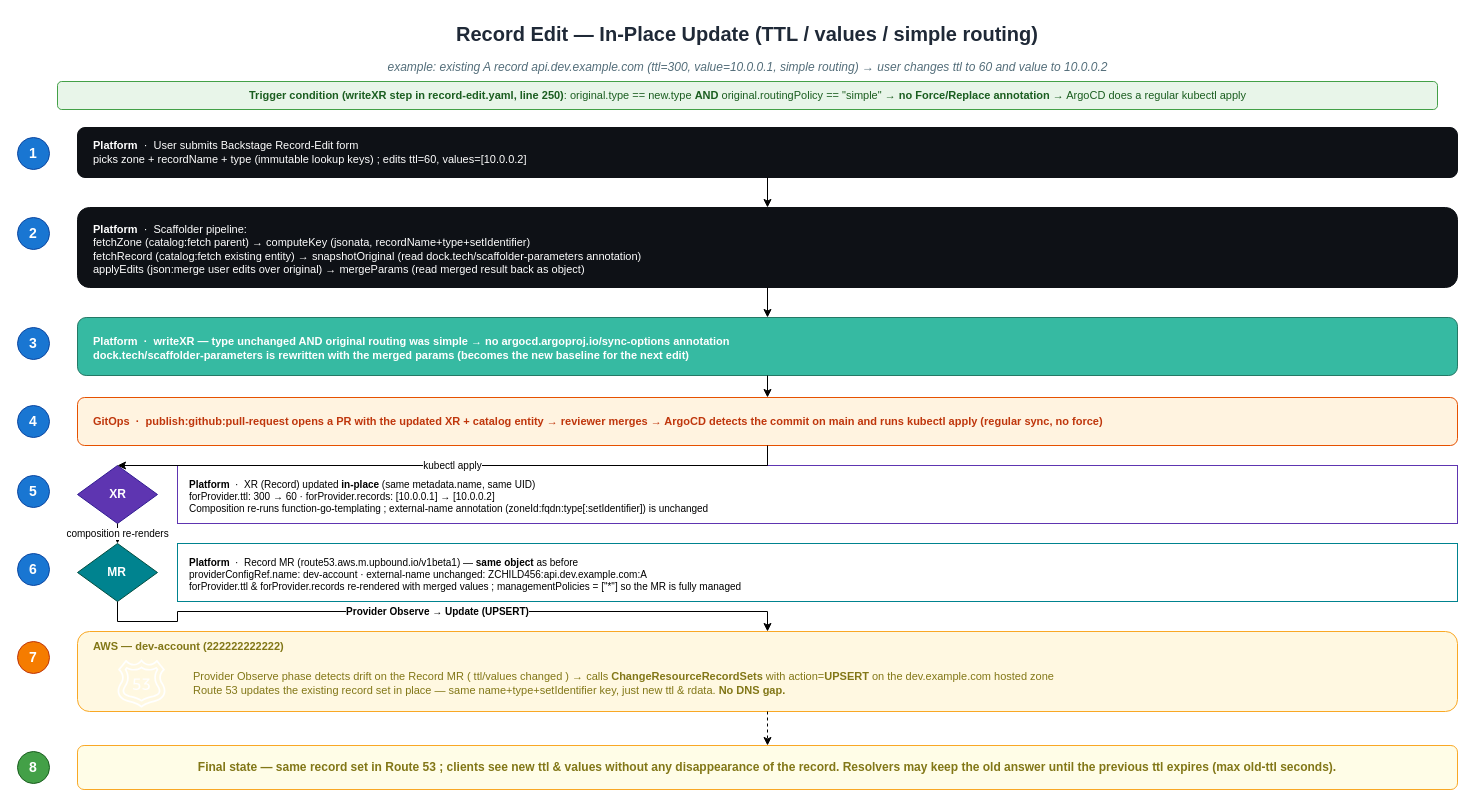
Earlier version of the draw.io diagram page "4. Record Edit — In-Place Update (no recreation)" (4 of 5) of diagrams/dns-platform.drawio (arthur-bryan/aws-dns-crossplane-poc). Source tidied: cells renumbered, new cells numbered last; positions are measured from the earlier drawing's top-left corner, leaving out a move shared by most shapes. Both pictures are drawn from the tidied source at 100%, with x=0, y=0 at pixel (17, 17).
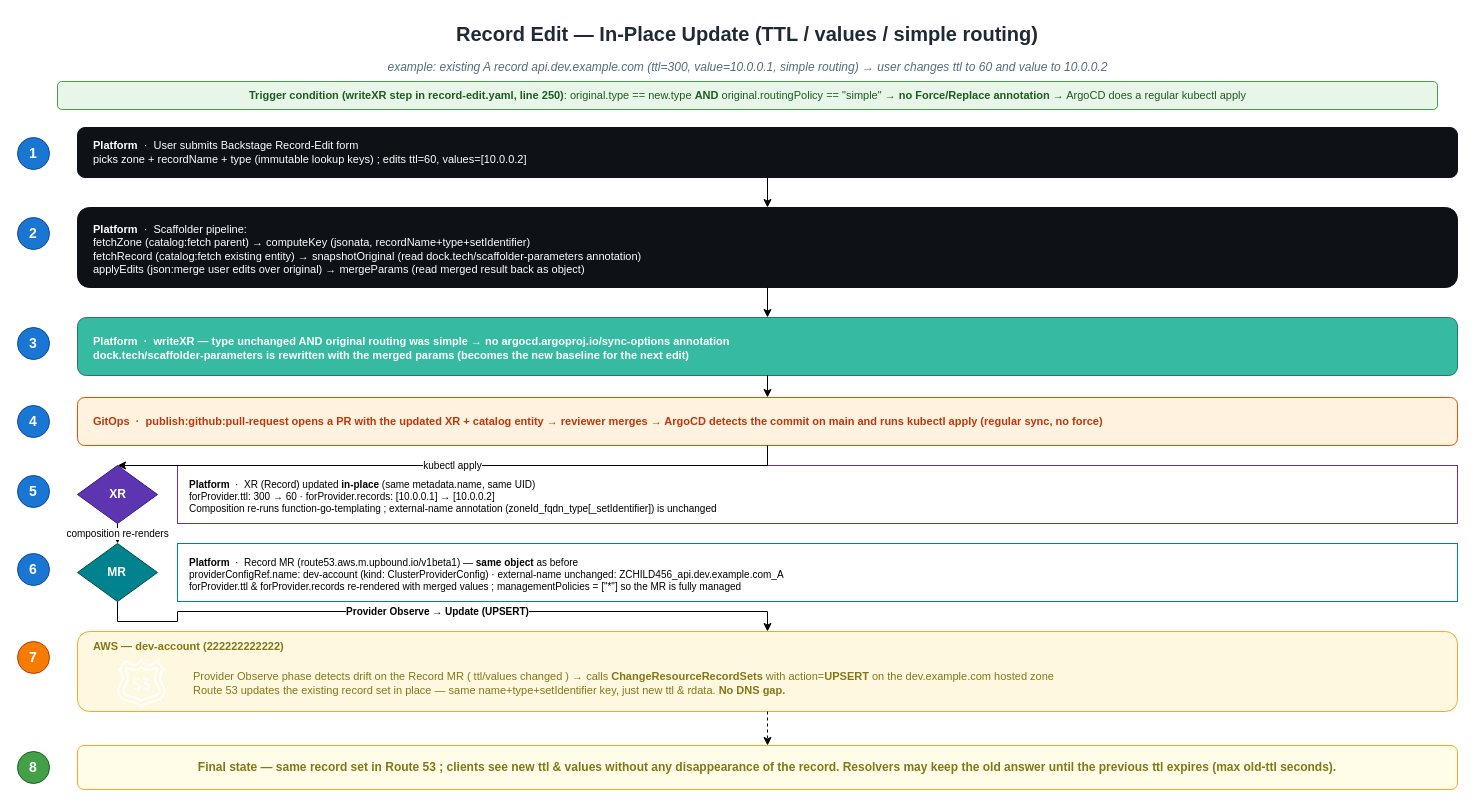
Above is the later version.

What changed in the source:
```diff
@@
-    <mxCell id="16" value="&lt;b&gt;Platform&lt;/b&gt; &amp;nbsp;·&amp;nbsp; XR (Record) updated &lt;b&gt;in-place&lt;/b&gt; (same metadata.name, same UID)&#10;forProvider.ttl: 300 → 60   ·   forProvider.records: [10.0.0.1] → [10.0.0.2]&#10;Composition re-runs function-go-templating ; external-name annotation (zoneId:fqdn:type[:setIdentifier]) is unchanged" style="rounded=0;whiteSpace=wrap;html=1;fillColor=#ffffff;strokeColor=#5E35B1;fontSize=10;align=left;spacingLeft=10;spacingTop=4;" parent="1" vertex="1">
+    <mxCell id="16" value="&lt;b&gt;Platform&lt;/b&gt; &amp;nbsp;·&amp;nbsp; XR (Record) updated &lt;b&gt;in-place&lt;/b&gt; (same metadata.name, same UID)&#10;forProvider.ttl: 300 → 60   ·   forProvider.records: [10.0.0.1] → [10.0.0.2]&#10;Composition re-runs function-go-templating ; external-name annotation (zoneId_fqdn_type[_setIdentifier]) is unchanged" style="rounded=0;whiteSpace=wrap;html=1;fillColor=#ffffff;strokeColor=#5E35B1;fontSize=10;align=left;spacingLeft=10;spacingTop=4;" parent="1" vertex="1">
       <mxGeometry x="160" y="448" width="1280" height="58" as="geometry" />
     </mxCell>
@@
-    <mxCell id="20" value="&lt;b&gt;Platform&lt;/b&gt; &amp;nbsp;·&amp;nbsp; Record MR (route53.aws.m.upbound.io/v1beta1) — &lt;b&gt;same object&lt;/b&gt; as before&#10;providerConfigRef.name: dev-account   ·   external-name unchanged: ZCHILD456:api.dev.example.com:A&#10;forProvider.ttl &amp; forProvider.records re-rendered with merged values ; managementPolicies = [&amp;quot;*&amp;quot;] so the MR is fully managed" style="rounded=0;whiteSpace=wrap;html=1;fillColor=#ffffff;strokeColor=#00838F;fontSize=10;align=left;spacingLeft=10;spacingTop=4;" parent="1" vertex="1">
+    <mxCell id="20" value="&lt;b&gt;Platform&lt;/b&gt; &amp;nbsp;·&amp;nbsp; Record MR (route53.aws.m.upbound.io/v1beta1) — &lt;b&gt;same object&lt;/b&gt; as before&#10;providerConfigRef.name: dev-account (kind: ClusterProviderConfig)   ·   external-name unchanged: ZCHILD456_api.dev.example.com_A&#10;forProvider.ttl &amp; forProvider.records re-rendered with merged values ; managementPolicies = [&amp;quot;*&amp;quot;] so the MR is fully managed" style="rounded=0;whiteSpace=wrap;html=1;fillColor=#ffffff;strokeColor=#00838F;fontSize=10;align=left;spacingLeft=10;spacingTop=4;" parent="1" vertex="1">
       <mxGeometry x="160" y="526" width="1280" height="58" as="geometry" />
     </mxCell>
```
